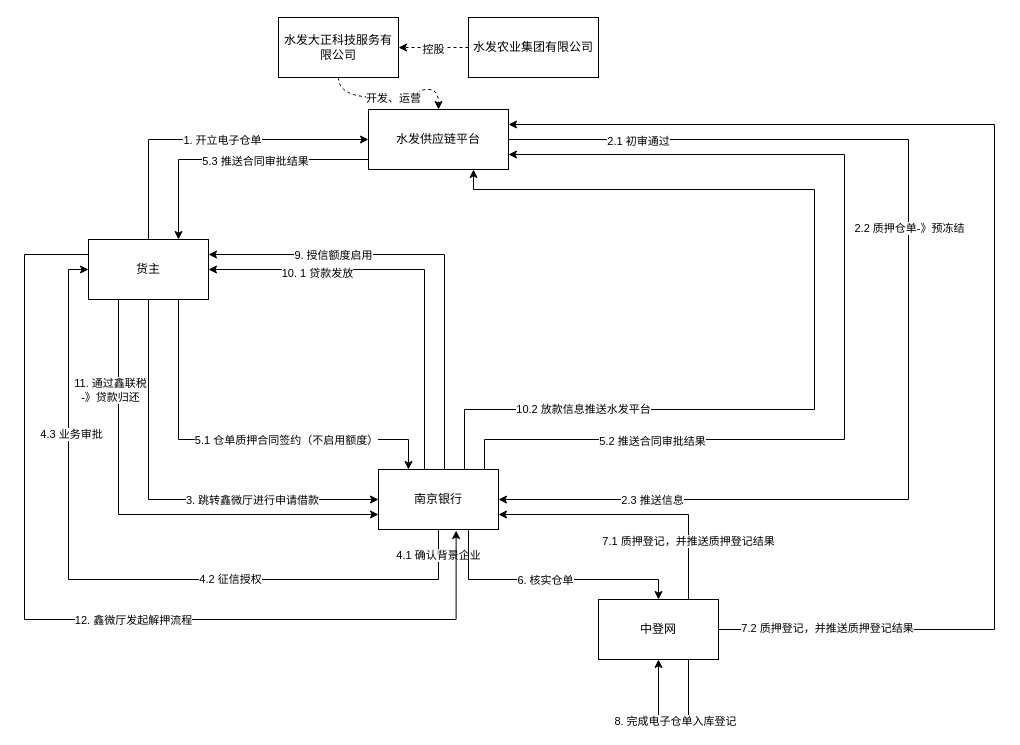
Before: 未命名绘图.drawio in crawlerWPS/drawing, a draw.io diagram. Source tidied: cells renumbered, new cells numbered last; positions are measured from the earlier drawing's top-left corner, leaving out a move shared by most shapes. Both pictures are drawn from the tidied source at 100%, with x=0, y=0 at pixel (24, 17).
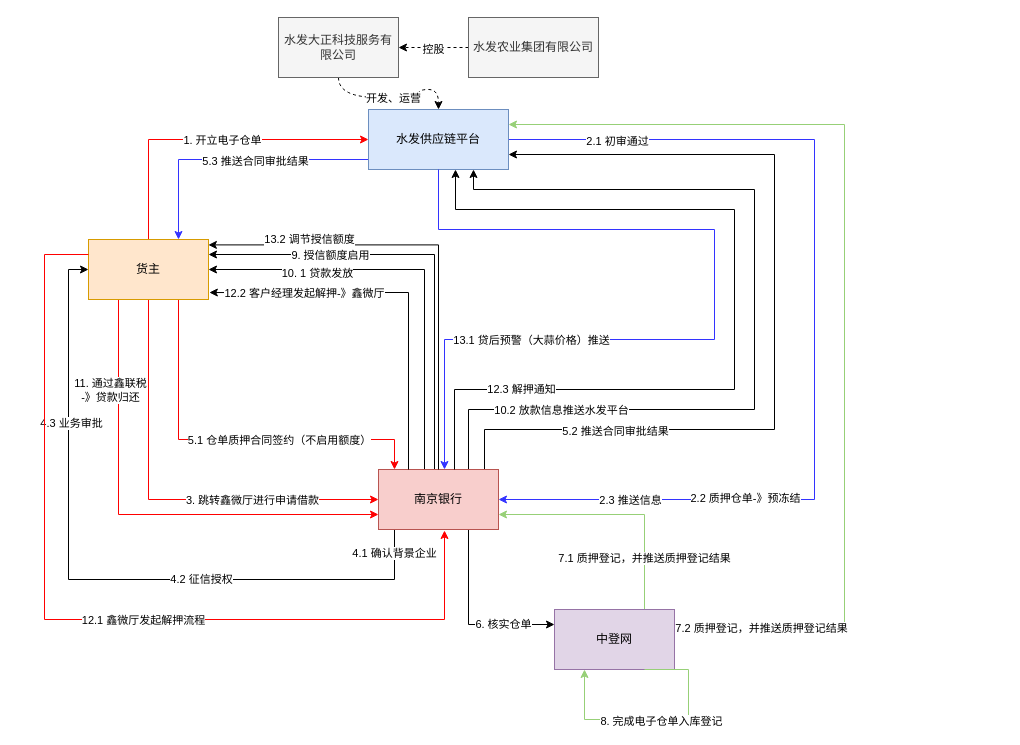
After the change.

Commit message:
更新未命名绘图.drawio

Diff of the diagram source:
```diff
@@
-    <mxCell id="2" style="edgeStyle=orthogonalEdgeStyle;rounded=0;jettySize=auto;html=1;entryX=1;entryY=0.5;entryDx=0;entryDy=0;" parent="1" edge="1" source="8" target="26">
+    <mxCell id="2" style="edgeStyle=orthogonalEdgeStyle;rounded=0;jettySize=auto;html=1;entryX=1;entryY=0.5;entryDx=0;entryDy=0;strokeColor=#3333FF;" parent="1" edge="1" source="8" target="26">
       <mxGeometry relative="1" as="geometry">
         <Array as="points">
-          <mxPoint x="884" y="122" />
-          <mxPoint x="884" y="482" />
+          <mxPoint x="790" y="122" />
+          <mxPoint x="790" y="482" />
         </Array>
       </mxGeometry>
     </mxCell>
@@
     <mxCell id="4" value="2.2 质押仓单-》预冻结" style="edgeLabel;html=1;align=center;verticalAlign=middle;" parent="2" vertex="1">
       <mxGeometry x="-0.15" relative="1" as="geometry">
-        <mxPoint y="-9" as="offset" />
+        <mxPoint x="-70" y="247" as="offset" />
       </mxGeometry>
     </mxCell>
@@
-    <mxCell id="6" style="edgeStyle=orthogonalEdgeStyle;rounded=0;jettySize=auto;html=1;entryX=0.75;entryY=0;entryDx=0;entryDy=0;" parent="1" edge="1" source="8" target="35">
+    <mxCell id="6" style="edgeStyle=orthogonalEdgeStyle;rounded=0;jettySize=auto;html=1;entryX=0.75;entryY=0;entryDx=0;entryDy=0;strokeColor=#3333FF;" parent="1" edge="1" source="8" target="35">
       <mxGeometry relative="1" as="geometry">
         <Array as="points">
           <mxPoint x="154" y="142" />
         </Array>
       </mxGeometry>
     </mxCell>
@@
-    <mxCell id="8" value="水发供应链平台" style="rounded=0;whiteSpace=wrap;html=1;" parent="1" vertex="1">
+    <mxCell id="8" value="水发供应链平台" style="rounded=0;whiteSpace=wrap;html=1;fillColor=#dae8fc;strokeColor=#6c8ebf;" parent="1" vertex="1">
       <mxGeometry x="344" y="92" width="140" height="60" as="geometry" />
     </mxCell>
@@
-    <mxCell id="11" value="水发农业集团有限公司" style="rounded=0;whiteSpace=wrap;html=1;" parent="1" vertex="1">
+    <mxCell id="11" value="水发农业集团有限公司" style="rounded=0;whiteSpace=wrap;html=1;fillColor=#f5f5f5;fontColor=#333333;strokeColor=#666666;" parent="1" vertex="1">
       <mxGeometry x="444" width="130" height="60" as="geometry" />
     </mxCell>
     <mxCell id="12" style="edgeStyle=orthogonalEdgeStyle;rounded=0;jettySize=auto;html=1;entryX=0;entryY=0.5;entryDx=0;entryDy=0;" parent="1" edge="1" source="26" target="35">
       <mxGeometry relative="1" as="geometry">
         <Array as="points">
-          <mxPoint x="414" y="562" />
+          <mxPoint x="370" y="562" />
           <mxPoint x="44" y="562" />
           <mxPoint x="44" y="252" />
         </Array>
       </mxGeometry>
     </mxCell>
@@
     <mxCell id="16" style="edgeStyle=orthogonalEdgeStyle;rounded=0;jettySize=auto;html=1;entryX=1;entryY=0.75;entryDx=0;entryDy=0;" parent="1" edge="1" source="26" target="8">
       <mxGeometry relative="1" as="geometry">
         <Array as="points">
-          <mxPoint x="460" y="422" />
-          <mxPoint x="820" y="422" />
-          <mxPoint x="820" y="137" />
+          <mxPoint x="460" y="412" />
+          <mxPoint x="750" y="412" />
+          <mxPoint x="750" y="137" />
         </Array>
       </mxGeometry>
     </mxCell>
@@
-    <mxCell id="18" style="edgeStyle=orthogonalEdgeStyle;rounded=0;jettySize=auto;html=1;exitX=0.75;exitY=1;exitDx=0;exitDy=0;entryX=0.5;entryY=0;entryDx=0;entryDy=0;" parent="1" edge="1" source="26" target="43">
+    <mxCell id="18" style="edgeStyle=orthogonalEdgeStyle;rounded=0;jettySize=auto;html=1;exitX=0.75;exitY=1;exitDx=0;exitDy=0;entryX=0;entryY=0.25;entryDx=0;entryDy=0;" parent="1" edge="1" source="26" target="43">
       <mxGeometry relative="1" as="geometry">
         <Array as="points">
-          <mxPoint x="444" y="562" />
-          <mxPoint x="634" y="562" />
+          <mxPoint x="444" y="607" />
         </Array>
       </mxGeometry>
     </mxCell>
     <mxCell id="19" value="6. 核实仓单" style="edgeLabel;html=1;align=center;verticalAlign=middle;" parent="18" vertex="1">
-      <mxGeometry x="-0.03" relative="1" as="geometry" />
+      <mxGeometry x="-0.03" relative="1" as="geometry">
+        <mxPoint x="34" y="6" as="offset" />
+      </mxGeometry>
     </mxCell>
     <mxCell id="20" style="edgeStyle=orthogonalEdgeStyle;rounded=0;jettySize=auto;html=1;entryX=1;entryY=0.25;entryDx=0;entryDy=0;" parent="1" edge="1" source="26" target="35">
       <mxGeometry relative="1" as="geometry">
         <Array as="points">
-          <mxPoint x="420" y="237" />
+          <mxPoint x="410" y="237" />
         </Array>
       </mxGeometry>
     </mxCell>
@@
-    <mxCell id="24" style="edgeStyle=orthogonalEdgeStyle;rounded=0;jettySize=auto;html=1;entryX=0.75;entryY=1;entryDx=0;entryDy=0;" parent="1" edge="1" source="26" target="8">
-      <mxGeometry relative="1" as="geometry">
-        <Array as="points">
-          <mxPoint x="440" y="392" />
-          <mxPoint x="790" y="392" />
-          <mxPoint x="790" y="172" />
-          <mxPoint x="449" y="172" />
-        </Array>
-      </mxGeometry>
-    </mxCell>
+    <mxCell id="48" style="edgeStyle=orthogonalEdgeStyle;rounded=0;jettySize=auto;html=1;exitX=0.75;exitY=0;exitDx=0;exitDy=0;entryX=0.75;entryY=1;entryDx=0;entryDy=0;" parent="1" edge="1" source="26" target="8">
+      <mxGeometry relative="1" as="geometry">
+        <Array as="points">
+          <mxPoint x="444" y="392" />
+          <mxPoint x="730" y="392" />
+          <mxPoint x="730" y="172" />
+          <mxPoint x="449" y="172" />
+        </Array>
+      </mxGeometry>
+    </mxCell>
-    <mxCell id="25" value="10.2 放款信息推送水发平台" style="edgeLabel;html=1;align=center;verticalAlign=middle;" parent="24" vertex="1">
-      <mxGeometry x="-0.64" y="1" relative="1" as="geometry" />
+    <mxCell id="25" value="10.2 放款信息推送水发平台" style="edgeLabel;html=1;align=center;verticalAlign=middle;" parent="48" vertex="1">
+      <mxGeometry x="-0.65" relative="1" as="geometry" />
     </mxCell>
-    <mxCell id="26" value="南京银行" style="whiteSpace=wrap;html=1;" parent="1" vertex="1">
+    <mxCell id="26" value="南京银行" style="whiteSpace=wrap;html=1;fillColor=#f8cecc;strokeColor=#b85450;" parent="1" vertex="1">
       <mxGeometry x="354" y="452" width="120" height="60" as="geometry" />
     </mxCell>
-    <mxCell id="27" style="edgeStyle=orthogonalEdgeStyle;rounded=0;jettySize=auto;html=1;" parent="1" edge="1" source="35" target="8">
+    <mxCell id="27" style="edgeStyle=orthogonalEdgeStyle;rounded=0;jettySize=auto;html=1;strokeColor=#FF0000;" parent="1" edge="1" source="35" target="8">
       <mxGeometry relative="1" as="geometry">
         <Array as="points">
           <mxPoint x="124" y="122" />
         </Array>
       </mxGeometry>
     </mxCell>
@@
-    <mxCell id="29" style="edgeStyle=orthogonalEdgeStyle;rounded=0;jettySize=auto;html=1;entryX=0;entryY=0.5;entryDx=0;entryDy=0;" parent="1" edge="1" source="35" target="26">
+    <mxCell id="29" style="edgeStyle=orthogonalEdgeStyle;rounded=0;jettySize=auto;html=1;entryX=0;entryY=0.5;entryDx=0;entryDy=0;strokeColor=light-dark(#ff0000, #ededed);" parent="1" edge="1" source="35" target="26">
       <mxGeometry relative="1" as="geometry">
         <Array as="points">
           <mxPoint x="124" y="482" />
         </Array>
       </mxGeometry>
     </mxCell>
@@
-    <mxCell id="31" style="edgeStyle=orthogonalEdgeStyle;rounded=0;jettySize=auto;html=1;exitX=0.75;exitY=1;exitDx=0;exitDy=0;entryX=0.25;entryY=0;entryDx=0;entryDy=0;" parent="1" edge="1" source="35" target="26">
+    <mxCell id="31" style="edgeStyle=orthogonalEdgeStyle;rounded=0;jettySize=auto;html=1;exitX=0.75;exitY=1;exitDx=0;exitDy=0;strokeColor=light-dark(#fa0000, #EDEDED);" parent="1" edge="1" source="35">
       <mxGeometry relative="1" as="geometry">
+        <mxPoint x="370" y="452" as="targetPoint" />
         <Array as="points">
           <mxPoint x="154" y="422" />
-          <mxPoint x="384" y="422" />
+          <mxPoint x="370" y="422" />
+          <mxPoint x="370" y="452" />
         </Array>
       </mxGeometry>
     </mxCell>
@@
-    <mxCell id="33" style="edgeStyle=orthogonalEdgeStyle;rounded=0;jettySize=auto;html=1;exitX=0.25;exitY=1;exitDx=0;exitDy=0;entryX=0;entryY=0.75;entryDx=0;entryDy=0;" parent="1" edge="1" source="35" target="26">
+    <mxCell id="33" style="edgeStyle=orthogonalEdgeStyle;rounded=0;jettySize=auto;html=1;exitX=0.25;exitY=1;exitDx=0;exitDy=0;entryX=0;entryY=0.75;entryDx=0;entryDy=0;strokeColor=#FF0000;" parent="1" edge="1" source="35" target="26">
       <mxGeometry relative="1" as="geometry" />
     </mxCell>
@@
-    <mxCell id="35" value="货主" style="whiteSpace=wrap;html=1;" parent="1" vertex="1">
+    <mxCell id="35" value="货主" style="whiteSpace=wrap;html=1;fillColor=#ffe6cc;strokeColor=#d79b00;" parent="1" vertex="1">
       <mxGeometry x="64" y="222" width="120" height="60" as="geometry" />
     </mxCell>
@@
-    <mxCell id="38" value="水发大正科技服务有限公司" style="whiteSpace=wrap;html=1;" parent="1" vertex="1">
+    <mxCell id="38" value="水发大正科技服务有限公司" style="whiteSpace=wrap;html=1;fillColor=#f5f5f5;fontColor=#333333;strokeColor=#666666;" parent="1" vertex="1">
       <mxGeometry x="254" width="120" height="60" as="geometry" />
     </mxCell>
-    <mxCell id="39" style="edgeStyle=orthogonalEdgeStyle;rounded=0;jettySize=auto;html=1;exitX=0.75;exitY=0;exitDx=0;exitDy=0;entryX=1;entryY=0.75;entryDx=0;entryDy=0;" parent="1" edge="1" source="43" target="26">
+    <mxCell id="39" style="edgeStyle=orthogonalEdgeStyle;rounded=0;jettySize=auto;html=1;exitX=0.75;exitY=0;exitDx=0;exitDy=0;entryX=1;entryY=0.75;entryDx=0;entryDy=0;strokeColor=#97D077;" parent="1" edge="1" source="43" target="26">
       <mxGeometry relative="1" as="geometry" />
     </mxCell>
@@
-    <mxCell id="41" style="edgeStyle=orthogonalEdgeStyle;rounded=0;jettySize=auto;html=1;entryX=1;entryY=0.25;entryDx=0;entryDy=0;" parent="1" edge="1" source="43" target="8">
+    <mxCell id="41" style="edgeStyle=orthogonalEdgeStyle;rounded=0;jettySize=auto;html=1;entryX=1;entryY=0.25;entryDx=0;entryDy=0;strokeColor=#97D077;" parent="1" edge="1" source="43" target="8">
       <mxGeometry relative="1" as="geometry">
         <Array as="points">
-          <mxPoint x="970" y="612" />
-          <mxPoint x="970" y="107" />
+          <mxPoint x="820" y="612" />
+          <mxPoint x="820" y="107" />
         </Array>
       </mxGeometry>
     </mxCell>
@@
-    <mxCell id="43" value="中登网" style="rounded=0;whiteSpace=wrap;html=1;" parent="1" vertex="1">
-      <mxGeometry x="574" y="582" width="120" height="60" as="geometry" />
+    <mxCell id="43" value="中登网" style="rounded=0;whiteSpace=wrap;html=1;fillColor=#e1d5e7;strokeColor=#9673a6;" parent="1" vertex="1">
+      <mxGeometry x="530" y="592" width="120" height="60" as="geometry" />
     </mxCell>
-    <mxCell id="44" style="edgeStyle=orthogonalEdgeStyle;rounded=0;orthogonalLoop=1;jettySize=auto;html=1;exitX=0.75;exitY=1;exitDx=0;exitDy=0;" parent="1" edge="1" source="43" target="43">
+    <mxCell id="44" style="edgeStyle=orthogonalEdgeStyle;rounded=0;orthogonalLoop=1;jettySize=auto;html=1;exitX=0.75;exitY=1;exitDx=0;exitDy=0;strokeColor=#97D077;" parent="1" edge="1" source="43" target="43">
       <mxGeometry relative="1" as="geometry">
         <Array as="points">
+          <mxPoint x="664" y="652" />
           <mxPoint x="664" y="702" />
-          <mxPoint x="634" y="702" />
+          <mxPoint x="560" y="702" />
         </Array>
       </mxGeometry>
     </mxCell>
@@
-    <mxCell id="46" style="edgeStyle=orthogonalEdgeStyle;rounded=0;jettySize=auto;html=1;exitX=0;exitY=0.25;exitDx=0;exitDy=0;entryX=0.647;entryY=1.017;entryDx=0;entryDy=0;entryPerimeter=0;" parent="1" edge="1" source="35" target="26">
+    <mxCell id="46" style="edgeStyle=orthogonalEdgeStyle;rounded=0;jettySize=auto;html=1;exitX=0;exitY=0.25;exitDx=0;exitDy=0;strokeColor=#FF0000;" parent="1" edge="1" source="35">
       <mxGeometry relative="1" as="geometry">
+        <mxPoint x="420" y="513" as="targetPoint" />
         <Array as="points">
-          <mxPoint y="237" />
-          <mxPoint y="602" />
-          <mxPoint x="432" y="602" />
+          <mxPoint x="20" y="237" />
+          <mxPoint x="20" y="602" />
+          <mxPoint x="420" y="602" />
         </Array>
       </mxGeometry>
     </mxCell>
-    <mxCell id="47" value="12. 鑫微厅发起解押流程" style="edgeLabel;html=1;align=center;verticalAlign=middle;" parent="46" vertex="1">
+    <mxCell id="47" value="12.1 鑫微厅发起解押流程" style="edgeLabel;html=1;align=center;verticalAlign=middle;" parent="46" vertex="1">
       <mxGeometry x="0.13" relative="1" as="geometry" />
     </mxCell>
+    <mxCell id="49" style="edgeStyle=orthogonalEdgeStyle;rounded=0;jettySize=auto;html=1;exitX=0.25;exitY=0;exitDx=0;exitDy=0;entryX=1.007;entryY=0.884;entryDx=0;entryDy=0;entryPerimeter=0;" parent="1" edge="1" source="26" target="35">
+      <mxGeometry relative="1" as="geometry" />
+    </mxCell>
+    <mxCell id="50" value="12.2 客户经理发起解押-》鑫微厅" style="edgeLabel;html=1;align=center;verticalAlign=middle;" parent="49" vertex="1">
+      <mxGeometry x="0.7" y="-1" relative="1" as="geometry">
+        <mxPoint x="39" y="1" as="offset" />
+      </mxGeometry>
+    </mxCell>
+    <mxCell id="51" style="edgeStyle=orthogonalEdgeStyle;rounded=0;jettySize=auto;html=1;" parent="1" edge="1" source="26" target="8">
+      <mxGeometry relative="1" as="geometry">
+        <Array as="points">
+          <mxPoint x="430" y="372" />
+          <mxPoint x="710" y="372" />
+          <mxPoint x="710" y="192" />
+          <mxPoint x="431" y="192" />
+        </Array>
+      </mxGeometry>
+    </mxCell>
+    <mxCell id="52" value="12.3 解押通知" style="edgeLabel;html=1;align=center;verticalAlign=middle;" parent="51" vertex="1">
+      <mxGeometry x="-0.66" y="1" relative="1" as="geometry" />
+    </mxCell>
+    <mxCell id="53" style="edgeStyle=orthogonalEdgeStyle;rounded=0;jettySize=auto;html=1;exitX=0.5;exitY=1;exitDx=0;exitDy=0;strokeColor=#3333FF;" parent="1" edge="1" source="8">
+      <mxGeometry relative="1" as="geometry">
+        <mxPoint x="420" y="452" as="targetPoint" />
+        <Array as="points">
+          <mxPoint x="414" y="212" />
+          <mxPoint x="690" y="212" />
+          <mxPoint x="690" y="322" />
+          <mxPoint x="420" y="322" />
+        </Array>
+      </mxGeometry>
+    </mxCell>
+    <mxCell id="54" value="13.1 贷后预警（大蒜价格）推送" style="edgeLabel;html=1;align=center;verticalAlign=middle;" parent="53" vertex="1">
+      <mxGeometry x="0.64" relative="1" as="geometry">
+        <mxPoint x="64" as="offset" />
+      </mxGeometry>
+    </mxCell>
+    <mxCell id="55" style="edgeStyle=orthogonalEdgeStyle;rounded=0;jettySize=auto;html=1;entryX=0.999;entryY=0.09;entryDx=0;entryDy=0;entryPerimeter=0;" parent="1" edge="1" source="26" target="35">
+      <mxGeometry relative="1" as="geometry">
+        <Array as="points">
+          <mxPoint x="414" y="227" />
+        </Array>
+      </mxGeometry>
+    </mxCell>
+    <mxCell id="56" value="13.2 调节授信额度" style="edgeLabel;html=1;align=center;verticalAlign=middle;" parent="55" vertex="1">
+      <mxGeometry x="0.49" y="-1" relative="1" as="geometry">
+        <mxPoint x="-15" y="-5" as="offset" />
+      </mxGeometry>
+    </mxCell>
```
